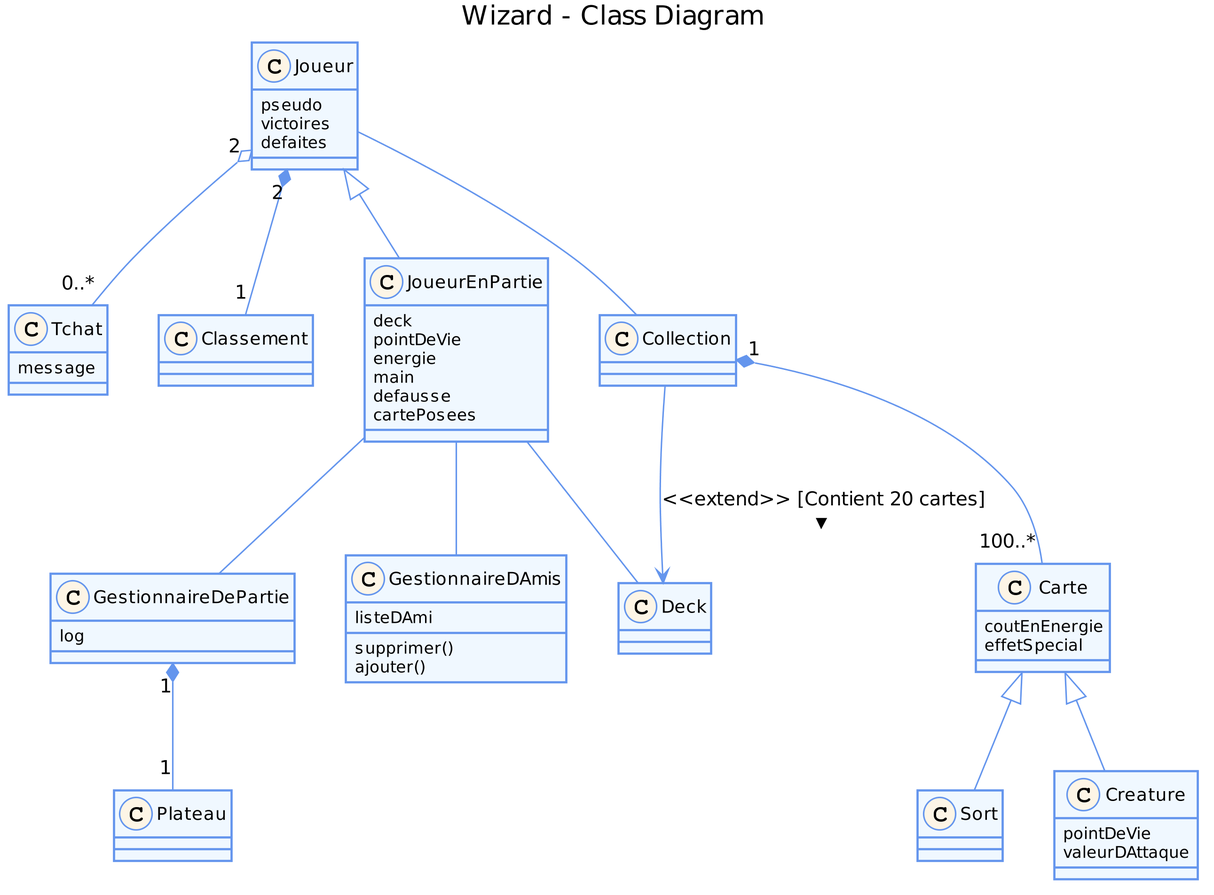
Before: uml_files/ClassDiagram.png, a diagram exported from PlantUML (elishadrion/tetris).
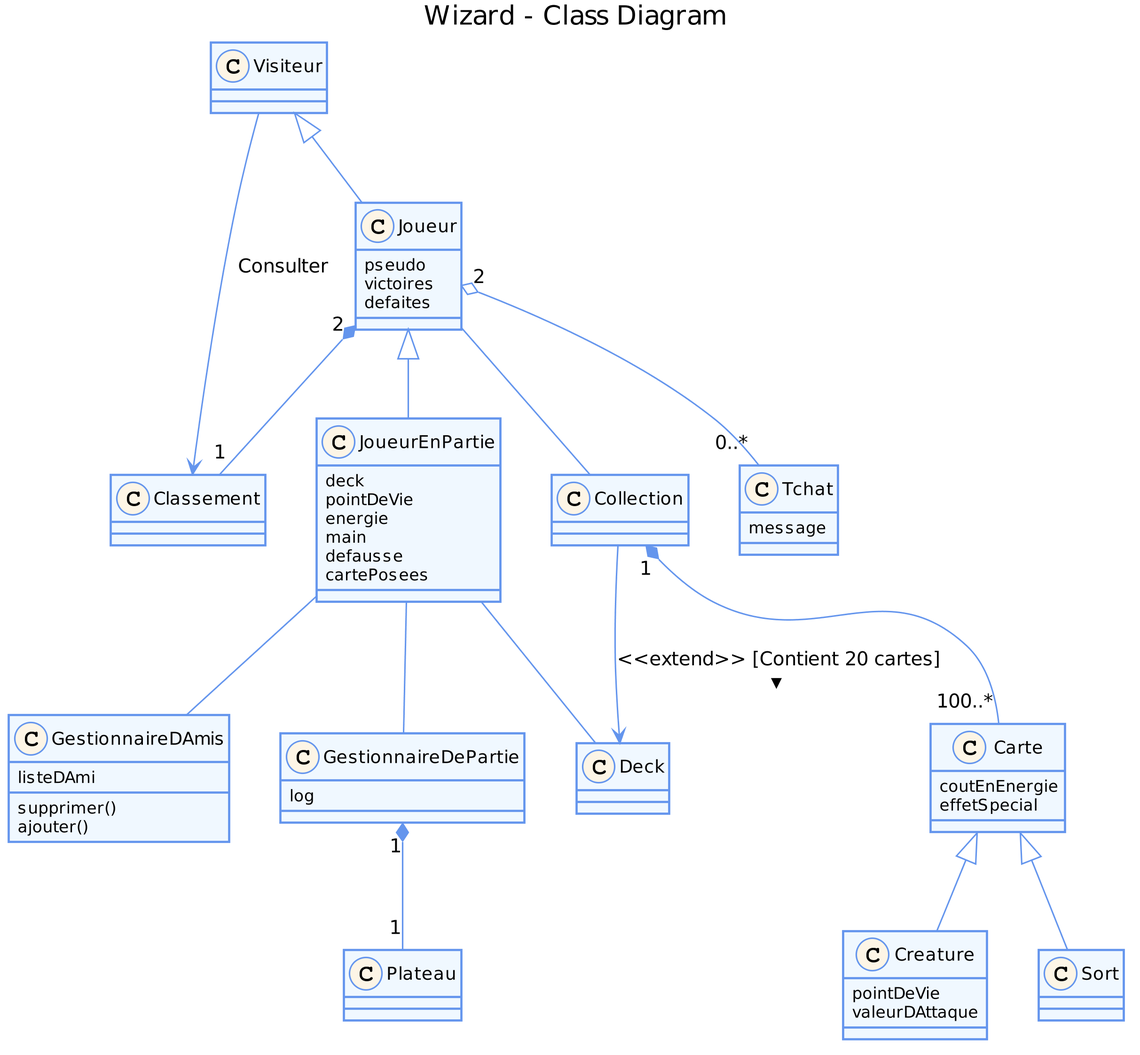
After the commit.

Commit message:
Ajout d'une class Visiteur pouvant accéder au Classement (comme suggéré sur Facebook: https://www.facebook.com/groups/935975633124787/permalink/945740262148324/ )

What changed in the source:
```diff
@@ -13,6 +13,9 @@
   BorderColor CornflowerBlue
 }
 skinparam stereotypeCBackgroundColor OldLace
+
+class Visiteur {
+}
 
 class Tchat {
   message
@@ -73,6 +76,8 @@
 }
 
 
+Visiteur <|-- Joueur
+Visiteur --> Classement : Consulter
 Joueur "2" *-- "1" Classement
 Joueur "2" o-- "0..*" Tchat
 Joueur <|-- JoueurEnPartie
```
